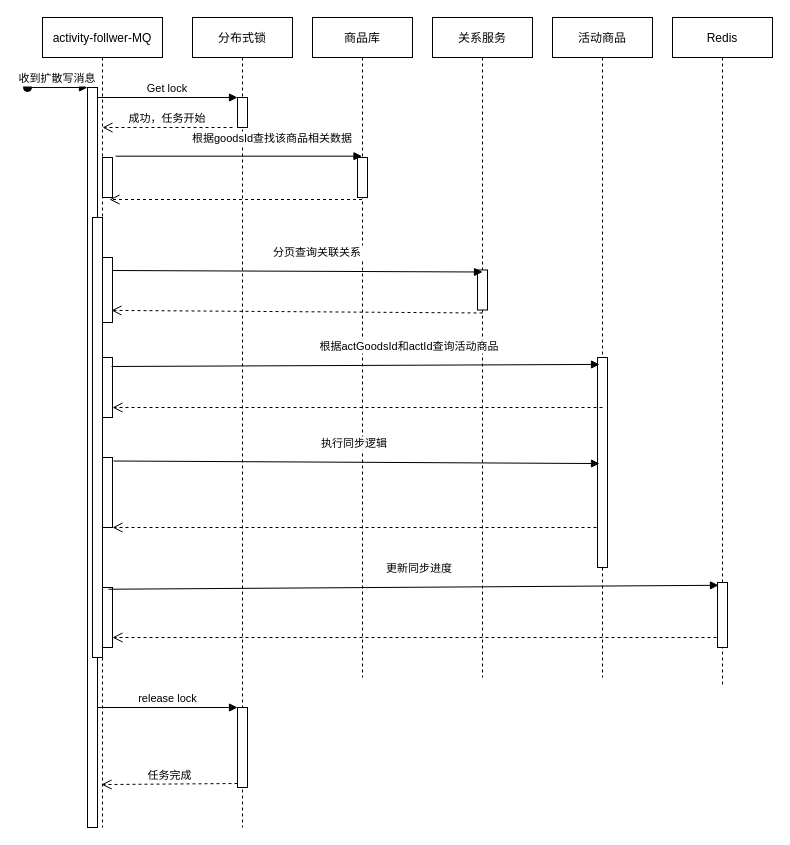
The draw.io diagram Listener.drawio in Luffybaga/draw, before the edit. Source tidied: cells renumbered, new cells numbered last; positions are measured from the earlier drawing's top-left corner, leaving out a move shared by most shapes. Both pictures are drawn from the tidied source at 100%, with x=0, y=0 at pixel (27, 17).
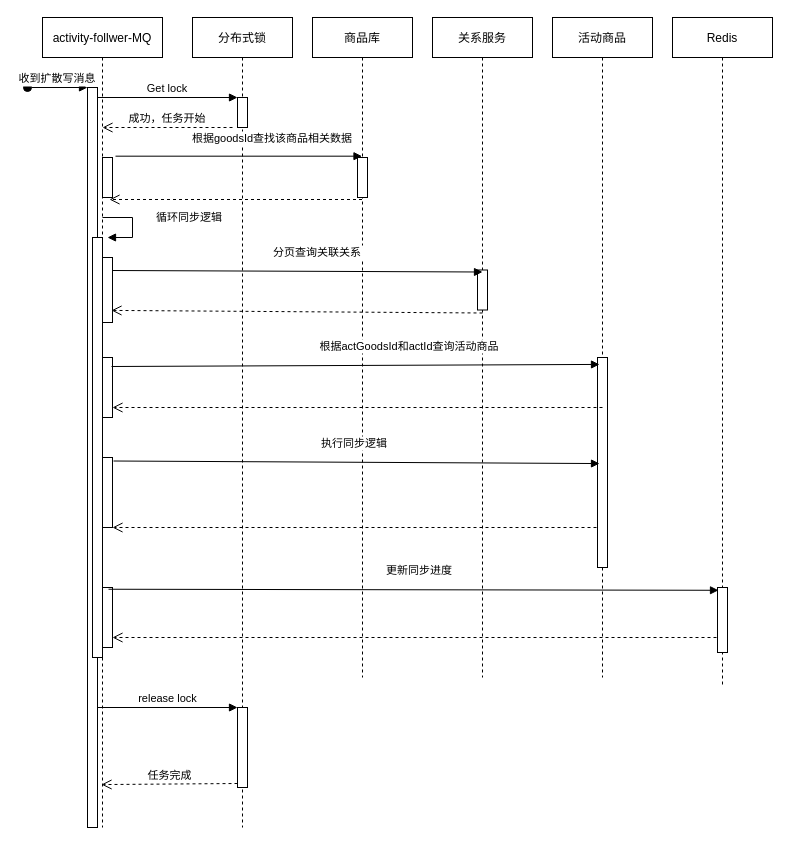
Above is the later version.

The change refers to these unchanged cells:
```xml
<mxCell id="2" value="activity-follwer-MQ" style="shape=umlLifeline;perimeter=lifelinePerimeter;rounded=0;shadow=0;strokeWidth=1;" parent="1" vertex="1">
  <mxGeometry x="15" width="120" height="810" as="geometry" />
</mxCell>
<mxCell id="21" value="Redis" style="shape=umlLifeline;perimeter=lifelinePerimeter;rounded=0;shadow=0;strokeWidth=1;" parent="1" vertex="1">
  <mxGeometry x="645" width="100" height="670" as="geometry" />
</mxCell>
```

The edit, as a diff of the source:
```diff
@@
+    <mxCell id="36" value="循环同步逻辑" style="edgeStyle=orthogonalEdgeStyle;html=1;align=left;spacingLeft=2;endArrow=block;rounded=0;entryX=1;entryY=0;" parent="2" edge="1">
+      <mxGeometry x="-0.2" y="20" relative="1" as="geometry">
+        <mxPoint x="60" y="200" as="sourcePoint" />
+        <mxPoint x="65" y="220" as="targetPoint" />
+        <Array as="points">
+          <mxPoint x="90" y="200" />
+        </Array>
+      </mxGeometry>
+    </mxCell>
@@
     <mxCell id="22" style="points=[];perimeter=orthogonalPerimeter;rounded=0;shadow=0;strokeWidth=1;" parent="21" vertex="1">
-      <mxGeometry x="45" y="565" width="10" height="65" as="geometry" />
+      <mxGeometry x="45" y="570" width="10" height="65" as="geometry" />
     </mxCell>
@@
     <mxCell id="32" style="html=1;perimeter=orthogonalPerimeter;" parent="1" vertex="1">
-      <mxGeometry x="65" y="200" width="10" height="440" as="geometry" />
+      <mxGeometry x="65" y="220" width="10" height="420" as="geometry" />
     </mxCell>
```
